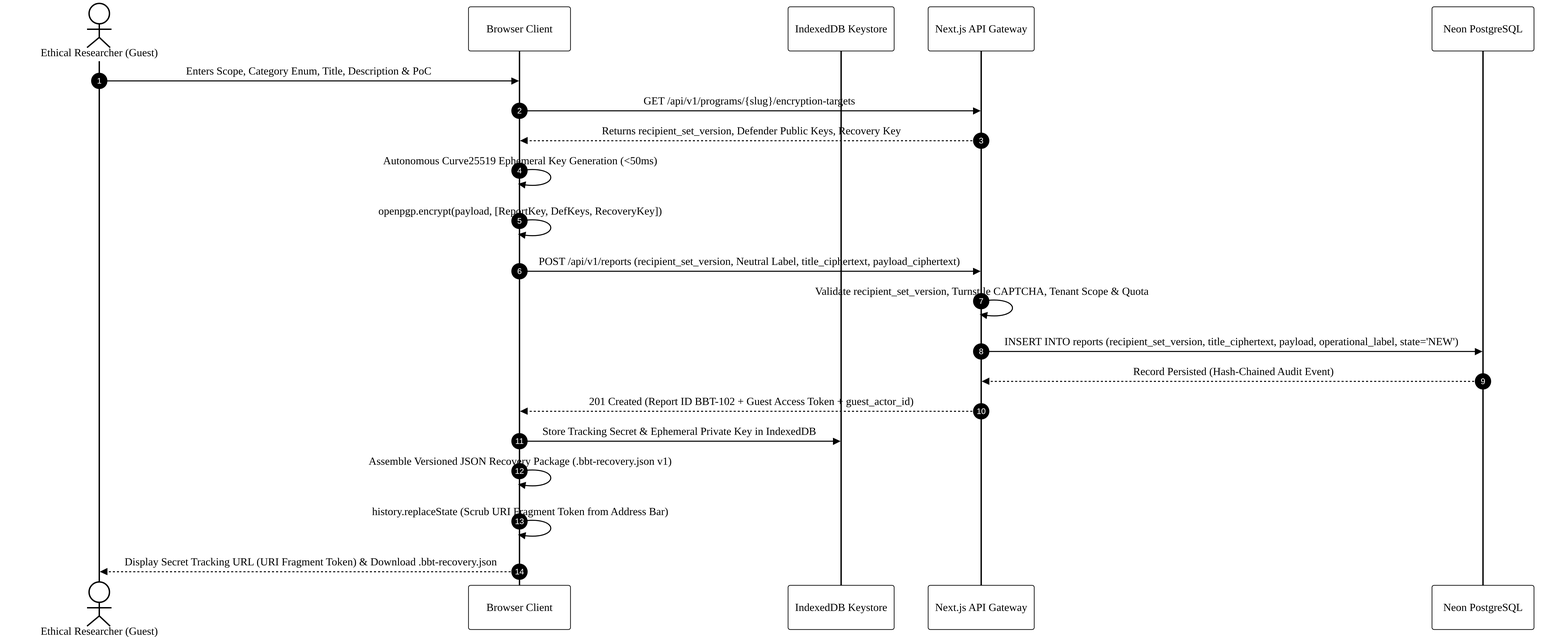
This is requirements/diagrams/fig4_3_seq_submission.png from Taha-Asad/BugBountyTracker, a Mermaid export, as it was before one commit. Its source is kept beside it as requirements/diagrams/fig4_3_seq_submission.mmd.
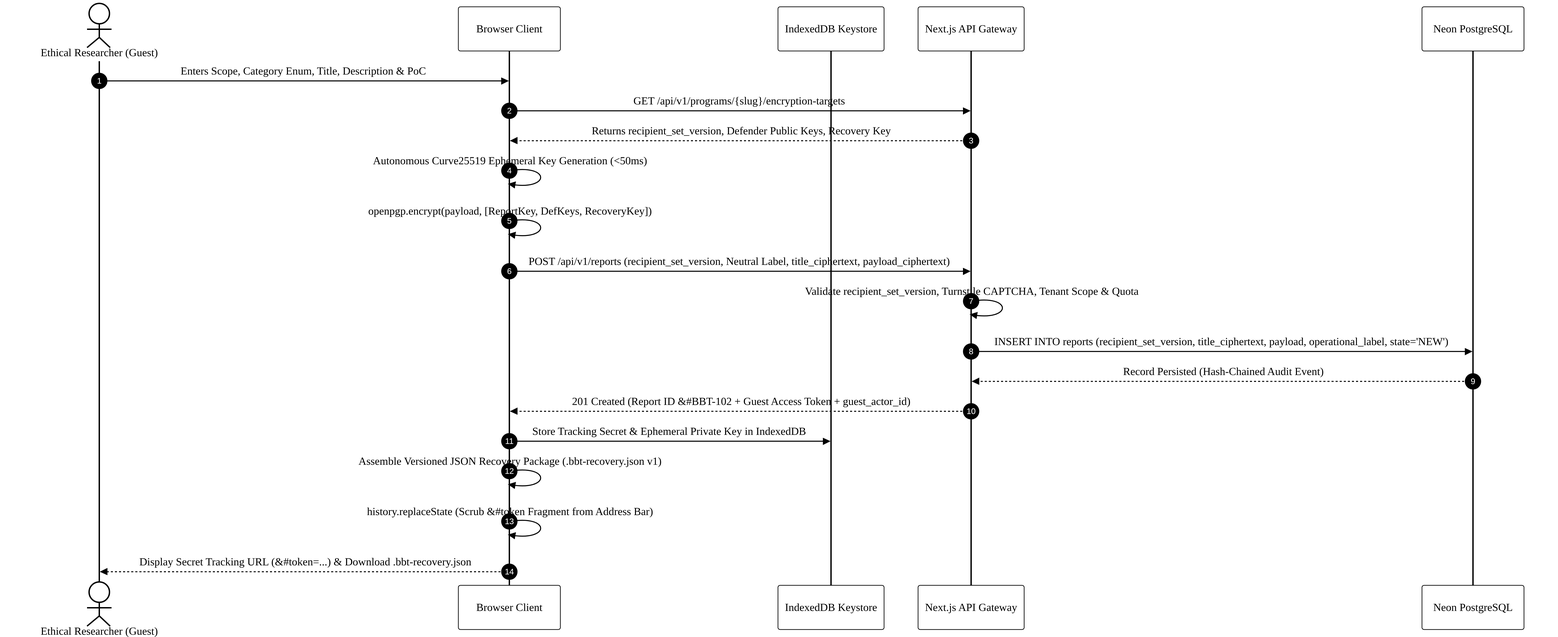
The same file after the commit.

What changed in the source:
```diff
@@ -15,8 +15,8 @@
     Server->>Server: Validate recipient_set_version, Turnstile CAPTCHA, Tenant Scope & Quota
     Server->>DB: INSERT INTO reports (recipient_set_version, title_ciphertext, payload, operational_label, state='NEW')
     DB-->>Server: Record Persisted (Hash-Chained Audit Event)
-    Server-->>Browser: 201 Created (Report ID BBT-102 + Guest Access Token + guest_actor_id)
+    Server-->>Browser: 201 Created (Report ID &#35;BBT-102 + Guest Access Token + guest_actor_id)
     Browser->>KeyStore: Store Tracking Secret & Ephemeral Private Key in IndexedDB
     Browser->>Browser: Assemble Versioned JSON Recovery Package (.bbt-recovery.json v1)
-    Browser->>Browser: history.replaceState (Scrub URI Fragment Token from Address Bar)
-    Browser-->>Hunter: Display Secret Tracking URL (URI Fragment Token) & Download .bbt-recovery.json
+    Browser->>Browser: history.replaceState (Scrub &#35;token Fragment from Address Bar)
+    Browser-->>Hunter: Display Secret Tracking URL (&#35;token=...) & Download .bbt-recovery.json
```
